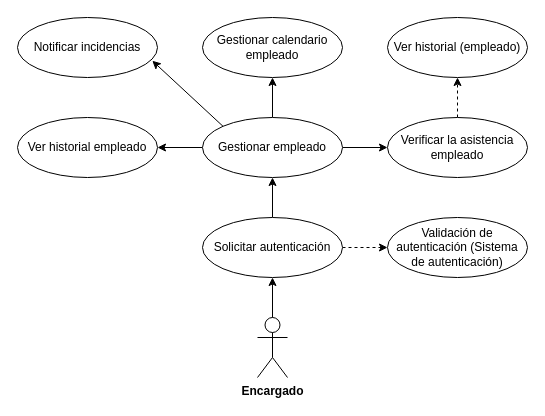
The draw.io diagram subsistemas/encargado/encargado.drawio in ecardosa/LogiRAIL-project, before the edit. Source tidied: cells renumbered, new cells numbered last; positions are measured from the earlier drawing's top-left corner, leaving out a move shared by most shapes. Both pictures are drawn from the tidied source at 100%, with x=0, y=0 at pixel (17, 17).
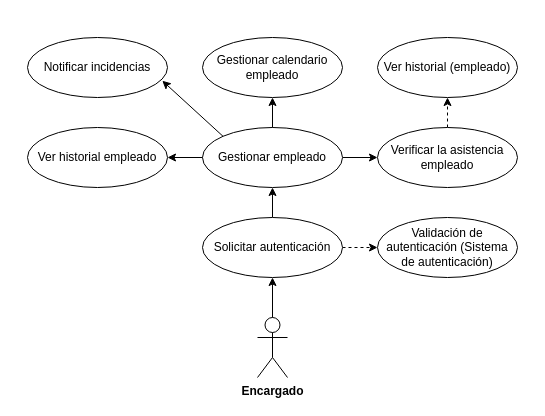
The same page after the edit.

Change to the diagram source:
```diff
@@
-<mxGraphModel>
+<mxGraphModel background="#FFFFFF">
   <root>
     <mxCell id="0" />
     <mxCell id="1" parent="0" />
     <mxCell id="2" style="edgeStyle=none;html=1;entryX=0.5;entryY=1;entryDx=0;entryDy=0;strokeColor=#000000;fontColor=#000000;dashed=1;" parent="1" edge="1" source="3" target="5">
       <mxGeometry relative="1" as="geometry" />
     </mxCell>
     <mxCell id="3" value="Verificar la asistencia empleado" style="ellipse;whiteSpace=wrap;html=1;strokeColor=#000000;fillColor=#FFFFFF;fontColor=#000000;" parent="1" vertex="1">
-      <mxGeometry x="370" y="100" width="140" height="60" as="geometry" />
+      <mxGeometry x="360" y="110" width="140" height="60" as="geometry" />
     </mxCell>
     <mxCell id="4" value="Ver historial empleado" style="ellipse;whiteSpace=wrap;html=1;strokeColor=#000000;fillColor=#FFFFFF;fontColor=#000000;" parent="1" vertex="1">
-      <mxGeometry y="100" width="140" height="60" as="geometry" />
+      <mxGeometry x="10" y="110" width="140" height="60" as="geometry" />
     </mxCell>
     <mxCell id="5" value="&lt;span dir=&quot;ltr&quot; class=&quot;ui-provider a b c d e f g h i j k l m n o p q r s t u v w x y z ab ac ae af ag ah ai aj ak&quot;&gt;Ver historial (empleado)&lt;/span&gt;" style="ellipse;whiteSpace=wrap;html=1;strokeColor=#000000;fillColor=#FFFFFF;fontColor=#000000;" parent="1" vertex="1">
-      <mxGeometry x="370" width="140" height="60" as="geometry" />
+      <mxGeometry x="360" y="20" width="140" height="60" as="geometry" />
     </mxCell>
-    <mxCell id="6" style="edgeStyle=none;html=1;entryX=1;entryY=0.5;entryDx=0;entryDy=0;strokeColor=#000000;fontColor=#000000;" parent="1" edge="1" source="10" target="4">
-      <mxGeometry relative="1" as="geometry" />
-    </mxCell>
-    <mxCell id="7" style="edgeStyle=none;html=1;strokeColor=#000000;fontColor=#000000;" parent="1" edge="1" source="10" target="17">
-      <mxGeometry relative="1" as="geometry" />
-    </mxCell>
     <mxCell id="8" style="edgeStyle=none;html=1;entryX=0;entryY=0.5;entryDx=0;entryDy=0;strokeColor=#000000;fontColor=#000000;" parent="1" edge="1" source="10" target="3">
       <mxGeometry relative="1" as="geometry" />
     </mxCell>
     <mxCell id="9" style="edgeStyle=none;html=1;exitX=0;exitY=0;exitDx=0;exitDy=0;strokeColor=#000000;fontColor=#000000;entryX=0.963;entryY=0.721;entryDx=0;entryDy=0;entryPerimeter=0;" parent="1" edge="1" source="10" target="16">
       <mxGeometry relative="1" as="geometry" />
     </mxCell>
     <mxCell id="10" value="Gestionar empleado" style="ellipse;whiteSpace=wrap;html=1;strokeColor=#000000;fillColor=#FFFFFF;fontColor=#000000;" parent="1" vertex="1">
-      <mxGeometry x="185" y="100" width="140" height="60" as="geometry" />
+      <mxGeometry x="185" y="110" width="140" height="60" as="geometry" />
     </mxCell>
     <mxCell id="11" style="edgeStyle=none;html=1;entryX=0.5;entryY=1;entryDx=0;entryDy=0;strokeColor=#000000;" parent="1" edge="1" source="12" target="15">
       <mxGeometry relative="1" as="geometry" />
     </mxCell>
     <mxCell id="12" value="&lt;b&gt;Encargado&lt;/b&gt;" style="shape=umlActor;verticalLabelPosition=bottom;verticalAlign=top;html=1;strokeColor=#000000;fillColor=none;" parent="1" vertex="1">
       <mxGeometry x="240" y="300" width="30" height="60" as="geometry" />
     </mxCell>
     <mxCell id="13" style="edgeStyle=none;html=1;entryX=0;entryY=0.5;entryDx=0;entryDy=0;strokeColor=#000000;fontColor=#000000;dashed=1;" parent="1" edge="1" source="15" target="18">
       <mxGeometry relative="1" as="geometry" />
     </mxCell>
     <mxCell id="14" style="edgeStyle=none;html=1;strokeColor=#000000;fontColor=#000000;" parent="1" edge="1" source="15" target="10">
       <mxGeometry relative="1" as="geometry" />
     </mxCell>
     <mxCell id="15" value="&lt;span dir=&quot;ltr&quot; class=&quot;ui-provider a b c d e f g h i j k l m n o p q r s t u v w x y z ab ac ae af ag ah ai aj ak&quot;&gt;Solicitar autenticación&lt;/span&gt;" style="ellipse;whiteSpace=wrap;html=1;strokeColor=#000000;fillColor=#FFFFFF;fontColor=#000000;" parent="1" vertex="1">
       <mxGeometry x="185" y="200" width="140" height="60" as="geometry" />
     </mxCell>
     <mxCell id="16" value="Notificar incidencias" style="ellipse;whiteSpace=wrap;html=1;strokeColor=#000000;fillColor=#FFFFFF;fontColor=#000000;" parent="1" vertex="1">
-      <mxGeometry width="140" height="60" as="geometry" />
+      <mxGeometry x="10" y="20" width="140" height="60" as="geometry" />
     </mxCell>
+    <mxCell id="18" value="&lt;span dir=&quot;ltr&quot; class=&quot;ui-provider a b c d e f g h i j k l m n o p q r s t u v w x y z ab ac ae af ag ah ai aj ak&quot;&gt;Validación de autenticación (Sistema de autenticación)&lt;/span&gt;" style="ellipse;whiteSpace=wrap;html=1;strokeColor=#000000;fillColor=#FFFFFF;fontColor=#000000;" parent="1" vertex="1">
+      <mxGeometry x="360" y="200" width="140" height="60" as="geometry" />
+    </mxCell>
     <mxCell id="17" value="Gestionar calendario empleado" style="ellipse;whiteSpace=wrap;html=1;strokeColor=#000000;fillColor=#FFFFFF;fontColor=#000000;" parent="1" vertex="1">
-      <mxGeometry x="185" width="140" height="60" as="geometry" />
+      <mxGeometry x="185" y="20" width="140" height="60" as="geometry" />
     </mxCell>
-    <mxCell id="18" value="&lt;span dir=&quot;ltr&quot; class=&quot;ui-provider a b c d e f g h i j k l m n o p q r s t u v w x y z ab ac ae af ag ah ai aj ak&quot;&gt;Validación de autenticación (Sistema de autenticación)&lt;/span&gt;" style="ellipse;whiteSpace=wrap;html=1;strokeColor=#000000;fillColor=#FFFFFF;fontColor=#000000;" parent="1" vertex="1">
-      <mxGeometry x="370" y="200" width="140" height="60" as="geometry" />
-    </mxCell>
+    <mxCell id="7" style="edgeStyle=none;html=1;strokeColor=#000000;fontColor=#000000;" parent="1" edge="1" source="10" target="17">
+      <mxGeometry relative="1" as="geometry" />
+    </mxCell>
+    <mxCell id="6" style="edgeStyle=none;html=1;entryX=1;entryY=0.5;entryDx=0;entryDy=0;strokeColor=#000000;fontColor=#000000;" parent="1" edge="1" source="10" target="4">
+      <mxGeometry relative="1" as="geometry" />
+    </mxCell>
   </root>
 </mxGraphModel>
```
